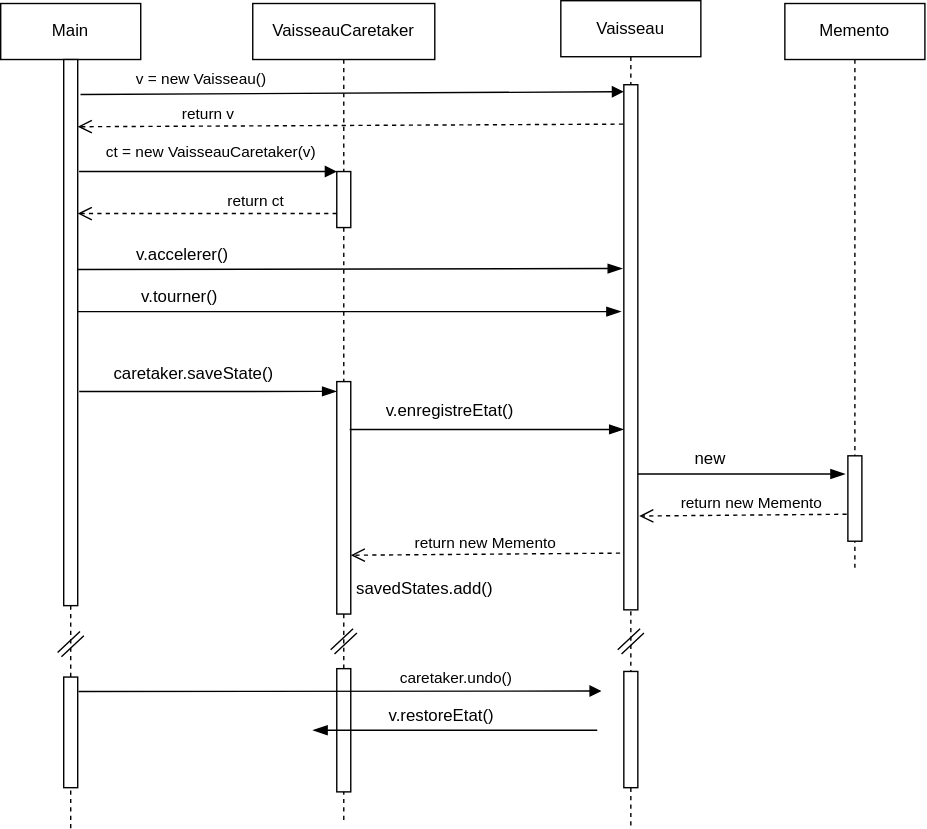
This is exemples/patterns/memento/vaisseau/memento-vaisseau-sequence.svg from tig12/cnam-2isa, a draw.io export, as it was before one commit. Source tidied: cells renumbered, new cells last; positions are measured from the earlier drawing's top-left corner, leaving out a move shared by most shapes.
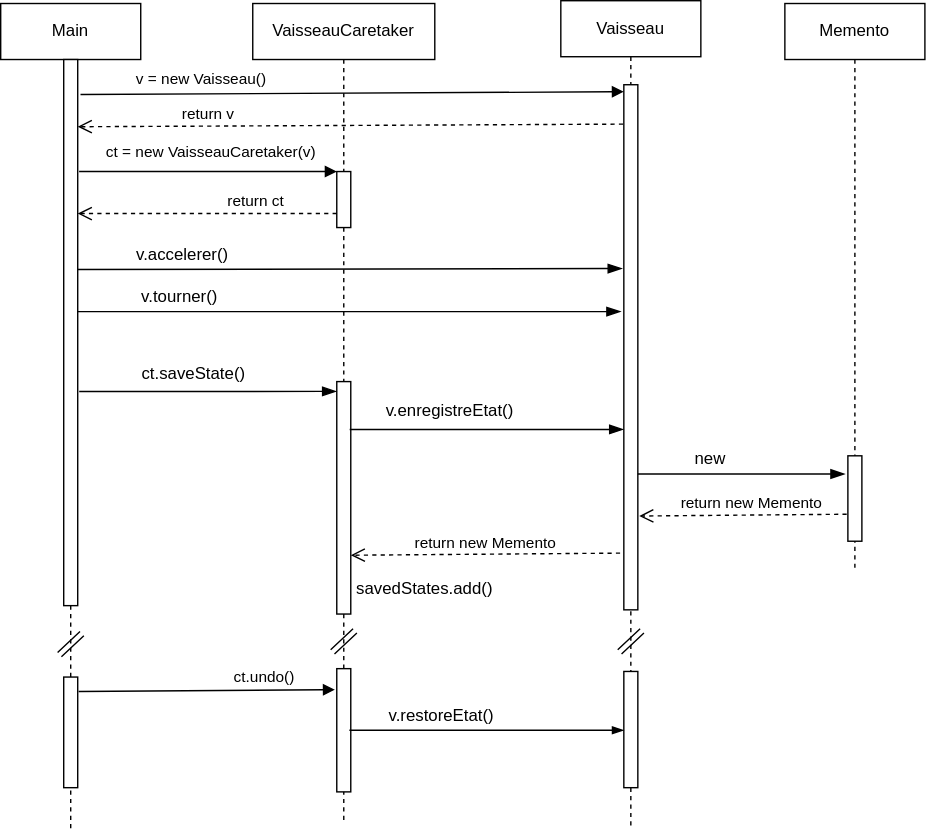
The same diagram one commit later.

Commit message:
SI01, cours 6 : diagrammes ducks

What changed in the source:
```diff
@@ -84,7 +84,7 @@
         <mxPoint x="240" y="279" as="targetPoint" />
       </mxGeometry>
     </mxCell>
-    <mxCell id="22" value="caretaker.saveState()" style="text;html=1;strokeColor=none;fillColor=none;align=center;verticalAlign=middle;whiteSpace=wrap;rounded=0;" parent="1" vertex="1">
+    <mxCell id="22" value="ct.saveState()" style="text;html=1;strokeColor=none;fillColor=none;align=center;verticalAlign=middle;whiteSpace=wrap;rounded=0;" parent="1" vertex="1">
       <mxGeometry x="118" y="257" width="40" height="20" as="geometry" />
     </mxCell>
     <mxCell id="23" style="endArrow=blockThin;endFill=1;endSize=8;html=1;exitX=0.923;exitY=0.242;exitDx=0;exitDy=0;exitPerimeter=0;" parent="1" edge="1">
@@ -134,16 +134,15 @@
         <mxPoint x="250" y="396" as="targetPoint" />
       </mxGeometry>
     </mxCell>
-    <mxCell id="34" value="caretaker.undo()" style="html=1;verticalAlign=bottom;endArrow=block;exitX=1.063;exitY=0.131;exitDx=0;exitDy=0;exitPerimeter=0;" parent="1" edge="1" source="5">
+    <mxCell id="34" value="ct.undo()" style="html=1;verticalAlign=bottom;endArrow=block;exitX=1.063;exitY=0.131;exitDx=0;exitDy=0;exitPerimeter=0;entryX=-0.135;entryY=0.171;entryDx=0;entryDy=0;entryPerimeter=0;" parent="1" edge="1" source="5" target="14">
       <mxGeometry x="0.44" relative="1" as="geometry">
-        <mxPoint x="429" y="493" as="targetPoint" />
         <mxPoint x="1" as="offset" />
       </mxGeometry>
     </mxCell>
-    <mxCell id="35" style="endArrow=blockThin;endFill=1;endSize=8;html=1;" parent="1" edge="1">
+    <mxCell id="35" style="endArrow=none;endFill=0;endSize=8;html=1;startArrow=blockThin;startFill=1;" parent="1" edge="1">
       <mxGeometry relative="1" as="geometry">
-        <mxPoint x="426" y="521" as="sourcePoint" />
-        <mxPoint x="223" y="521" as="targetPoint" />
+        <mxPoint x="445" y="521" as="sourcePoint" />
+        <mxPoint x="249" y="521" as="targetPoint" />
       </mxGeometry>
     </mxCell>
     <mxCell id="36" value="v.restoreEtat()" style="text;html=1;strokeColor=none;fillColor=none;align=center;verticalAlign=middle;whiteSpace=wrap;rounded=0;" parent="1" vertex="1">
```
